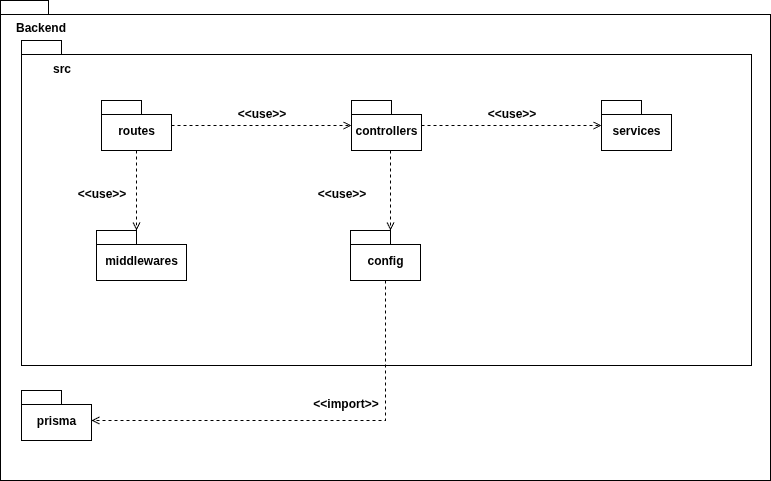
Earlier version of the draw.io export latex/Imagens/DiagramaPacotesBackend.png (H0lzz/TCC1.2). Source tidied: cells renumbered, new cells last; positions are measured from the earlier drawing's top-left corner, leaving out a move shared by most shapes.
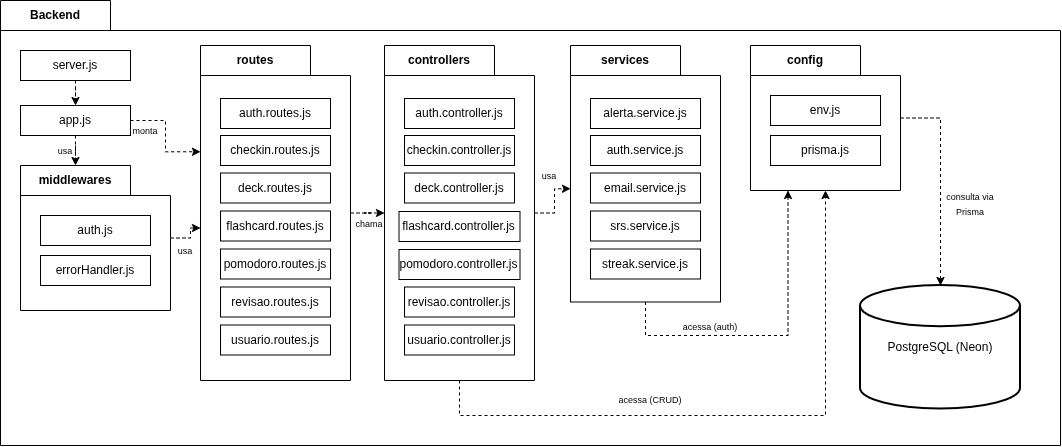
Later version of the same file.

Change to the diagram source:
```diff
@@ -2,74 +2,178 @@
   <root>
     <mxCell id="0" />
     <mxCell id="1" parent="0" />
-    <mxCell id="2" value="&lt;div align=&quot;left&quot;&gt;&lt;br&gt;&lt;/div&gt;" style="shape=folder;fontStyle=1;spacingTop=10;tabWidth=40;tabHeight=14;tabPosition=left;html=1;whiteSpace=wrap;align=left;" parent="1" vertex="1">
-      <mxGeometry width="770" height="480" as="geometry" />
-    </mxCell>
-    <mxCell id="3" value="&lt;div align=&quot;left&quot;&gt;&lt;br&gt;&lt;/div&gt;" style="shape=folder;fontStyle=1;spacingTop=10;tabWidth=40;tabHeight=14;tabPosition=left;html=1;whiteSpace=wrap;align=left;" parent="1" vertex="1">
-      <mxGeometry x="21" y="40" width="730" height="325" as="geometry" />
-    </mxCell>
-    <mxCell id="4" value="Backend" style="text;align=center;fontStyle=1;verticalAlign=middle;spacingLeft=3;spacingRight=3;strokeColor=none;html=1;" parent="1" vertex="1">
-      <mxGeometry y="14" width="80" height="26" as="geometry" />
+    <mxCell id="4" value="Backend" style="shape=folder;fontStyle=1;tabWidth=110;tabHeight=30;tabPosition=left;html=1;boundedLbl=1;labelInHeader=1;whiteSpace=wrap;labelBackgroundColor=none;" parent="1" vertex="1">
+      <mxGeometry y="14" width="1060" height="445" as="geometry" />
     </mxCell>
-    <mxCell id="5" value="src" style="text;align=center;fontStyle=1;verticalAlign=middle;spacingLeft=3;spacingRight=3;strokeColor=none;html=1;" parent="1" vertex="1">
-      <mxGeometry x="21" y="55" width="80" height="26" as="geometry" />
-    </mxCell>
-    <mxCell id="6" value="prisma" style="shape=folder;fontStyle=1;spacingTop=10;tabWidth=40;tabHeight=14;tabPosition=left;html=1;whiteSpace=wrap;" parent="1" vertex="1">
-      <mxGeometry x="21" y="390" width="70" height="50" as="geometry" />
-    </mxCell>
+    <mxCell id="22" style="edgeStyle=orthogonalEdgeStyle;rounded=0;jettySize=auto;html=1;defaultLabelBackgroundColor=page;dashed=1;fontColor=default;" parent="4" edge="1" source="23" target="24">
+      <mxGeometry relative="1" as="geometry" />
+    </mxCell>
+    <mxCell id="23" value="server.js" style="html=1;whiteSpace=wrap;labelBackgroundColor=none;" parent="4" vertex="1">
+      <mxGeometry width="110" height="30" relative="1" as="geometry">
+        <mxPoint x="20" y="50" as="offset" />
+      </mxGeometry>
+    </mxCell>
+    <mxCell id="24" value="app.js" style="html=1;whiteSpace=wrap;labelBackgroundColor=none;" parent="4" vertex="1">
+      <mxGeometry x="20" y="105" width="110" height="30" as="geometry" />
+    </mxCell>
+    <mxCell id="9" value="middlewares" style="shape=folder;fontStyle=1;tabWidth=110;tabHeight=30;tabPosition=left;html=1;boundedLbl=1;labelInHeader=1;whiteSpace=wrap;labelBackgroundColor=none;" parent="4" vertex="1">
+      <mxGeometry x="20" y="165" width="150" height="145" as="geometry" />
+    </mxCell>
+    <mxCell id="25" value="auth.js" style="html=1;whiteSpace=wrap;labelBackgroundColor=none;" parent="9" vertex="1">
+      <mxGeometry width="110" height="30" relative="1" as="geometry">
+        <mxPoint x="20" y="50" as="offset" />
+      </mxGeometry>
+    </mxCell>
+    <mxCell id="26" value="errorHandler.js" style="html=1;whiteSpace=wrap;labelBackgroundColor=none;" parent="9" vertex="1">
+      <mxGeometry x="20" y="90" width="110" height="30" as="geometry" />
+    </mxCell>
-    <mxCell id="7" style="edgeStyle=orthogonalEdgeStyle;rounded=0;jettySize=auto;html=1;dashed=1;endArrow=open;endFill=0;" parent="1" edge="1" source="8" target="11">
+    <mxCell id="7" style="edgeStyle=orthogonalEdgeStyle;rounded=0;jettySize=auto;html=1;defaultLabelBackgroundColor=page;dashed=1;fontColor=default;" parent="4" edge="1" source="8" target="11">
       <mxGeometry relative="1" as="geometry" />
     </mxCell>
-    <mxCell id="8" value="routes" style="shape=folder;fontStyle=1;spacingTop=10;tabWidth=40;tabHeight=14;tabPosition=left;html=1;whiteSpace=wrap;" parent="1" vertex="1">
-      <mxGeometry x="101" y="100" width="70" height="50" as="geometry" />
+    <mxCell id="8" value="routes" style="shape=folder;fontStyle=1;tabWidth=110;tabHeight=30;tabPosition=left;html=1;boundedLbl=1;labelInHeader=1;whiteSpace=wrap;labelBackgroundColor=none;" parent="4" vertex="1">
+      <mxGeometry x="200" y="45" width="150" height="335" as="geometry" />
     </mxCell>
-    <mxCell id="9" value="middlewares" style="shape=folder;fontStyle=1;spacingTop=10;tabWidth=40;tabHeight=14;tabPosition=left;html=1;whiteSpace=wrap;" parent="1" vertex="1">
-      <mxGeometry x="96" y="230" width="90" height="50" as="geometry" />
-    </mxCell>
+    <mxCell id="27" value="auth.routes.js" style="html=1;whiteSpace=wrap;labelBackgroundColor=none;" parent="8" vertex="1">
+      <mxGeometry width="110" height="30" relative="1" as="geometry">
+        <mxPoint x="20" y="53" as="offset" />
+      </mxGeometry>
+    </mxCell>
+    <mxCell id="28" value="checkin.routes.js" style="html=1;whiteSpace=wrap;labelBackgroundColor=none;" parent="8" vertex="1">
+      <mxGeometry x="20" y="90" width="110" height="30" as="geometry" />
+    </mxCell>
+    <mxCell id="29" value="deck.routes.js" style="html=1;whiteSpace=wrap;labelBackgroundColor=none;" parent="8" vertex="1">
+      <mxGeometry x="20" y="127.5" width="110" height="30" as="geometry" />
+    </mxCell>
+    <mxCell id="30" value="flashcard.routes.js" style="html=1;whiteSpace=wrap;labelBackgroundColor=none;" parent="8" vertex="1">
+      <mxGeometry x="20" y="165.5" width="110" height="30" as="geometry" />
+    </mxCell>
+    <mxCell id="31" value="pomodoro.routes.js" style="html=1;whiteSpace=wrap;labelBackgroundColor=none;" parent="8" vertex="1">
+      <mxGeometry x="20" y="203.5" width="110" height="30" as="geometry" />
+    </mxCell>
+    <mxCell id="32" value="revisao.routes.js" style="html=1;whiteSpace=wrap;labelBackgroundColor=none;" parent="8" vertex="1">
+      <mxGeometry x="20" y="241.5" width="110" height="30" as="geometry" />
+    </mxCell>
+    <mxCell id="33" value="usuario.routes.js" style="html=1;whiteSpace=wrap;labelBackgroundColor=none;" parent="8" vertex="1">
+      <mxGeometry x="20" y="279.5" width="110" height="30" as="geometry" />
+    </mxCell>
+    <mxCell id="11" value="controllers" style="shape=folder;fontStyle=1;tabWidth=110;tabHeight=30;tabPosition=left;html=1;boundedLbl=1;labelInHeader=1;whiteSpace=wrap;labelBackgroundColor=none;" parent="4" vertex="1">
+      <mxGeometry x="384" y="45" width="150" height="335" as="geometry" />
+    </mxCell>
+    <mxCell id="34" value="auth.controller.js" style="html=1;whiteSpace=wrap;labelBackgroundColor=none;" parent="11" vertex="1">
+      <mxGeometry width="110" height="30" relative="1" as="geometry">
+        <mxPoint x="20" y="53" as="offset" />
+      </mxGeometry>
+    </mxCell>
+    <mxCell id="35" value="checkin.controller.js" style="html=1;whiteSpace=wrap;labelBackgroundColor=none;" parent="11" vertex="1">
+      <mxGeometry x="20" y="90" width="110" height="30" as="geometry" />
+    </mxCell>
+    <mxCell id="36" value="deck.controller.js" style="html=1;whiteSpace=wrap;labelBackgroundColor=none;" parent="11" vertex="1">
+      <mxGeometry x="20" y="127.5" width="110" height="30" as="geometry" />
+    </mxCell>
+    <mxCell id="37" value="flashcard.controller.js" style="html=1;whiteSpace=wrap;labelBackgroundColor=none;" parent="11" vertex="1">
+      <mxGeometry x="14.5" y="166" width="121" height="30" as="geometry" />
+    </mxCell>
+    <mxCell id="38" value="pomodoro.controller.js" style="html=1;whiteSpace=wrap;labelBackgroundColor=none;" parent="11" vertex="1">
+      <mxGeometry x="14.5" y="204" width="121" height="30" as="geometry" />
+    </mxCell>
+    <mxCell id="39" value="revisao.controller.js" style="html=1;whiteSpace=wrap;labelBackgroundColor=none;" parent="11" vertex="1">
+      <mxGeometry x="20" y="241.5" width="110" height="30" as="geometry" />
+    </mxCell>
+    <mxCell id="40" value="usuario.controller.js" style="html=1;whiteSpace=wrap;labelBackgroundColor=none;" parent="11" vertex="1">
+      <mxGeometry x="20" y="279.5" width="110" height="30" as="geometry" />
+    </mxCell>
+    <mxCell id="12" value="services" style="shape=folder;fontStyle=1;tabWidth=110;tabHeight=30;tabPosition=left;html=1;boundedLbl=1;labelInHeader=1;whiteSpace=wrap;labelBackgroundColor=none;" parent="4" vertex="1">
+      <mxGeometry x="570" y="45" width="150" height="256.5" as="geometry" />
+    </mxCell>
+    <mxCell id="41" value="alerta.service.js" style="html=1;whiteSpace=wrap;labelBackgroundColor=none;" parent="12" vertex="1">
+      <mxGeometry width="110" height="30" relative="1" as="geometry">
+        <mxPoint x="20" y="53" as="offset" />
+      </mxGeometry>
+    </mxCell>
+    <mxCell id="42" value="auth.service.js" style="html=1;whiteSpace=wrap;labelBackgroundColor=none;" parent="12" vertex="1">
+      <mxGeometry x="20" y="90" width="110" height="30" as="geometry" />
+    </mxCell>
+    <mxCell id="43" value="email.service.js" style="html=1;whiteSpace=wrap;labelBackgroundColor=none;" parent="12" vertex="1">
+      <mxGeometry x="20" y="127.5" width="110" height="30" as="geometry" />
+    </mxCell>
+    <mxCell id="44" value="srs.service.js" style="html=1;whiteSpace=wrap;labelBackgroundColor=none;" parent="12" vertex="1">
+      <mxGeometry x="20" y="165.5" width="110" height="30" as="geometry" />
+    </mxCell>
+    <mxCell id="45" value="streak.service.js" style="html=1;whiteSpace=wrap;labelBackgroundColor=none;" parent="12" vertex="1">
+      <mxGeometry x="20" y="203.5" width="110" height="30" as="geometry" />
+    </mxCell>
+    <mxCell id="46" style="edgeStyle=orthogonalEdgeStyle;rounded=0;jettySize=auto;html=1;defaultLabelBackgroundColor=page;dashed=1;fontColor=default;" parent="4" edge="1" source="14" target="49">
+      <mxGeometry relative="1" as="geometry">
+        <Array as="points">
+          <mxPoint x="940" y="117.5" />
+        </Array>
+      </mxGeometry>
+    </mxCell>
+    <mxCell id="14" value="config" style="shape=folder;fontStyle=1;tabWidth=110;tabHeight=30;tabPosition=left;html=1;boundedLbl=1;labelInHeader=1;whiteSpace=wrap;labelBackgroundColor=none;" parent="4" vertex="1">
+      <mxGeometry x="750" y="45" width="150" height="145" as="geometry" />
+    </mxCell>
+    <mxCell id="47" value="env.js" style="html=1;whiteSpace=wrap;labelBackgroundColor=none;" parent="14" vertex="1">
+      <mxGeometry width="110" height="30" relative="1" as="geometry">
+        <mxPoint x="20" y="50" as="offset" />
+      </mxGeometry>
+    </mxCell>
+    <mxCell id="48" value="prisma.js" style="html=1;whiteSpace=wrap;labelBackgroundColor=none;" parent="14" vertex="1">
+      <mxGeometry x="20" y="90" width="110" height="30" as="geometry" />
+    </mxCell>
+    <mxCell id="49" value="PostgreSQL (Neon)" style="strokeWidth=2;html=1;shape=mxgraph.flowchart.database;whiteSpace=wrap;labelBackgroundColor=none;" parent="4" vertex="1">
+      <mxGeometry x="860" y="285" width="160" height="123.5" as="geometry" />
+    </mxCell>
+    <mxCell id="50" style="edgeStyle=orthogonalEdgeStyle;rounded=0;jettySize=auto;html=1;entryX=0;entryY=0;entryDx=55;entryDy=0;entryPerimeter=0;defaultLabelBackgroundColor=page;dashed=1;fontColor=default;" parent="4" edge="1" source="24" target="9">
+      <mxGeometry relative="1" as="geometry" />
+    </mxCell>
+    <mxCell id="51" style="edgeStyle=orthogonalEdgeStyle;rounded=0;jettySize=auto;html=1;entryX=0;entryY=0.5;entryDx=0;entryDy=15;entryPerimeter=0;defaultLabelBackgroundColor=page;dashed=1;fontColor=default;" parent="4" edge="1" source="9" target="8">
+      <mxGeometry relative="1" as="geometry" />
+    </mxCell>
+    <mxCell id="52" style="edgeStyle=orthogonalEdgeStyle;rounded=0;jettySize=auto;html=1;entryX=0;entryY=0.25;entryDx=0;entryDy=22.5;entryPerimeter=0;defaultLabelBackgroundColor=page;dashed=1;fontColor=default;" parent="4" edge="1" source="24" target="8">
+      <mxGeometry relative="1" as="geometry" />
+    </mxCell>
-    <mxCell id="10" style="edgeStyle=orthogonalEdgeStyle;rounded=0;jettySize=auto;html=1;dashed=1;endArrow=open;endFill=0;" parent="1" edge="1" source="11" target="12">
+    <mxCell id="10" style="edgeStyle=orthogonalEdgeStyle;rounded=0;jettySize=auto;html=1;entryX=0;entryY=0.5;entryDx=0;entryDy=15;entryPerimeter=0;defaultLabelBackgroundColor=page;dashed=1;fontColor=default;" parent="4" edge="1" source="11" target="12">
       <mxGeometry relative="1" as="geometry" />
     </mxCell>
-    <mxCell id="11" value="controllers" style="shape=folder;fontStyle=1;spacingTop=10;tabWidth=40;tabHeight=14;tabPosition=left;html=1;whiteSpace=wrap;" parent="1" vertex="1">
-      <mxGeometry x="351" y="100" width="70" height="50" as="geometry" />
-    </mxCell>
-    <mxCell id="12" value="services" style="shape=folder;fontStyle=1;spacingTop=10;tabWidth=40;tabHeight=14;tabPosition=left;html=1;whiteSpace=wrap;" parent="1" vertex="1">
-      <mxGeometry x="601" y="100" width="70" height="50" as="geometry" />
-    </mxCell>
-    <mxCell id="13" style="edgeStyle=orthogonalEdgeStyle;rounded=0;jettySize=auto;html=1;dashed=1;endArrow=open;endFill=0;" parent="1" edge="1" source="14" target="6">
-      <mxGeometry relative="1" as="geometry">
-        <Array as="points">
-          <mxPoint x="385" y="420" />
-        </Array>
-      </mxGeometry>
-    </mxCell>
-    <mxCell id="14" value="config" style="shape=folder;fontStyle=1;spacingTop=10;tabWidth=40;tabHeight=14;tabPosition=left;html=1;whiteSpace=wrap;" parent="1" vertex="1">
-      <mxGeometry x="350" y="230" width="70" height="50" as="geometry" />
-    </mxCell>
-    <mxCell id="15" style="edgeStyle=orthogonalEdgeStyle;rounded=0;jettySize=auto;html=1;entryX=0;entryY=0;entryDx=40;entryDy=0;entryPerimeter=0;dashed=1;endArrow=open;endFill=0;" parent="1" edge="1" source="8" target="9">
-      <mxGeometry relative="1" as="geometry" />
-    </mxCell>
-    <mxCell id="16" style="edgeStyle=orthogonalEdgeStyle;rounded=0;jettySize=auto;html=1;entryX=0;entryY=0;entryDx=40;entryDy=0;entryPerimeter=0;dashed=1;endArrow=open;endFill=0;" parent="1" edge="1" source="11" target="14">
-      <mxGeometry relative="1" as="geometry">
+    <mxCell id="16" style="edgeStyle=orthogonalEdgeStyle;rounded=0;jettySize=auto;html=1;entryX=0.5;entryY=1;entryDx=0;entryDy=0;entryPerimeter=0;defaultLabelBackgroundColor=page;dashed=1;fontColor=default;" parent="4" edge="1" source="11" target="14">
+      <mxGeometry x="0.1" relative="1" as="geometry">
         <Array as="points">
-          <mxPoint x="390" y="170" />
-          <mxPoint x="390" y="170" />
+          <mxPoint x="459" y="415" />
+          <mxPoint x="825" y="415" />
         </Array>
       </mxGeometry>
     </mxCell>
-    <mxCell id="17" value="&amp;lt;&amp;lt;use&amp;gt;&amp;gt;" style="text;align=center;fontStyle=1;verticalAlign=middle;spacingLeft=3;spacingRight=3;strokeColor=none;html=1;" parent="1" vertex="1">
-      <mxGeometry x="61" y="180" width="80" height="26" as="geometry" />
-    </mxCell>
-    <mxCell id="18" value="&amp;lt;&amp;lt;use&amp;gt;&amp;gt;" style="text;align=center;fontStyle=1;verticalAlign=middle;spacingLeft=3;spacingRight=3;strokeColor=none;html=1;" parent="1" vertex="1">
-      <mxGeometry x="221" y="100" width="80" height="26" as="geometry" />
-    </mxCell>
-    <mxCell id="19" value="&amp;lt;&amp;lt;use&amp;gt;&amp;gt;" style="text;align=center;fontStyle=1;verticalAlign=middle;spacingLeft=3;spacingRight=3;strokeColor=none;html=1;" parent="1" vertex="1">
-      <mxGeometry x="471" y="100" width="80" height="26" as="geometry" />
-    </mxCell>
-    <mxCell id="20" value="&amp;lt;&amp;lt;use&amp;gt;&amp;gt;" style="text;align=center;fontStyle=1;verticalAlign=middle;spacingLeft=3;spacingRight=3;strokeColor=none;html=1;" parent="1" vertex="1">
-      <mxGeometry x="301" y="180" width="80" height="26" as="geometry" />
-    </mxCell>
-    <mxCell id="21" value="&amp;lt;&amp;lt;import&amp;gt;&amp;gt;" style="text;align=center;fontStyle=1;verticalAlign=middle;spacingLeft=3;spacingRight=3;strokeColor=none;html=1;" parent="1" vertex="1">
-      <mxGeometry x="305" y="390" width="80" height="26" as="geometry" />
-    </mxCell>
+    <mxCell id="53" style="edgeStyle=orthogonalEdgeStyle;rounded=0;jettySize=auto;html=1;entryX=0.25;entryY=1;entryDx=0;entryDy=0;entryPerimeter=0;defaultLabelBackgroundColor=page;dashed=1;fontColor=default;" parent="4" edge="1" source="12" target="14">
+      <mxGeometry x="-0.42" relative="1" as="geometry">
+        <Array as="points">
+          <mxPoint x="645" y="335" />
+          <mxPoint x="787.5" y="335" />
+        </Array>
+      </mxGeometry>
+    </mxCell>
+    <mxCell id="54" value="&lt;font style=&quot;font-size: 9px;&quot;&gt;usa&lt;/font&gt;" style="text;html=1;whiteSpace=wrap;strokeColor=none;fillColor=none;align=center;verticalAlign=middle;rounded=0;labelBackgroundColor=none;" parent="4" vertex="1">
+      <mxGeometry x="50" y="140" width="30" height="19.5" as="geometry" />
+    </mxCell>
+    <mxCell id="55" value="&lt;font style=&quot;font-size: 9px;&quot;&gt;usa&lt;/font&gt;" style="text;html=1;whiteSpace=wrap;strokeColor=none;fillColor=none;align=center;verticalAlign=middle;rounded=0;labelBackgroundColor=none;" parent="4" vertex="1">
+      <mxGeometry x="170" y="240.5" width="30" height="19.5" as="geometry" />
+    </mxCell>
+    <mxCell id="56" value="&lt;font style=&quot;font-size: 9px;&quot;&gt;monta&lt;/font&gt;" style="text;html=1;whiteSpace=wrap;strokeColor=none;fillColor=none;align=center;verticalAlign=middle;rounded=0;labelBackgroundColor=none;" parent="4" vertex="1">
+      <mxGeometry x="130" y="120.5" width="30" height="19.5" as="geometry" />
+    </mxCell>
+    <mxCell id="57" value="&lt;font style=&quot;font-size: 9px;&quot;&gt;chama&lt;/font&gt;" style="text;html=1;whiteSpace=wrap;strokeColor=none;fillColor=none;align=center;verticalAlign=middle;rounded=0;labelBackgroundColor=none;" parent="4" vertex="1">
+      <mxGeometry x="354" y="212.8" width="30" height="19.5" as="geometry" />
+    </mxCell>
+    <mxCell id="58" value="&lt;font style=&quot;font-size: 9px;&quot;&gt;usa&lt;/font&gt;" style="text;html=1;whiteSpace=wrap;strokeColor=none;fillColor=none;align=center;verticalAlign=middle;rounded=0;labelBackgroundColor=none;" parent="4" vertex="1">
+      <mxGeometry x="534" y="165" width="30" height="19.5" as="geometry" />
+    </mxCell>
+    <mxCell id="59" value="&lt;font style=&quot;font-size: 9px;&quot;&gt;acessa (CRUD)&lt;/font&gt;" style="text;html=1;whiteSpace=wrap;strokeColor=none;fillColor=none;align=center;verticalAlign=middle;rounded=0;labelBackgroundColor=none;" parent="4" vertex="1">
+      <mxGeometry x="610" y="389" width="80" height="19.5" as="geometry" />
+    </mxCell>
+    <mxCell id="60" value="&lt;font style=&quot;font-size: 9px;&quot;&gt;acessa (auth)&lt;/font&gt;" style="text;html=1;whiteSpace=wrap;strokeColor=none;fillColor=none;align=center;verticalAlign=middle;rounded=0;labelBackgroundColor=none;" parent="4" vertex="1">
+      <mxGeometry x="670" y="316.5" width="80" height="19.5" as="geometry" />
+    </mxCell>
+    <mxCell id="61" value="&lt;font style=&quot;font-size: 9px;&quot;&gt;consulta via Prisma&lt;/font&gt;" style="text;html=1;whiteSpace=wrap;strokeColor=none;fillColor=none;align=center;verticalAlign=middle;rounded=0;labelBackgroundColor=none;" parent="4" vertex="1">
+      <mxGeometry x="930" y="193.2" width="80" height="19.5" as="geometry" />
+    </mxCell>
   </root>
 </mxGraphModel>
```
